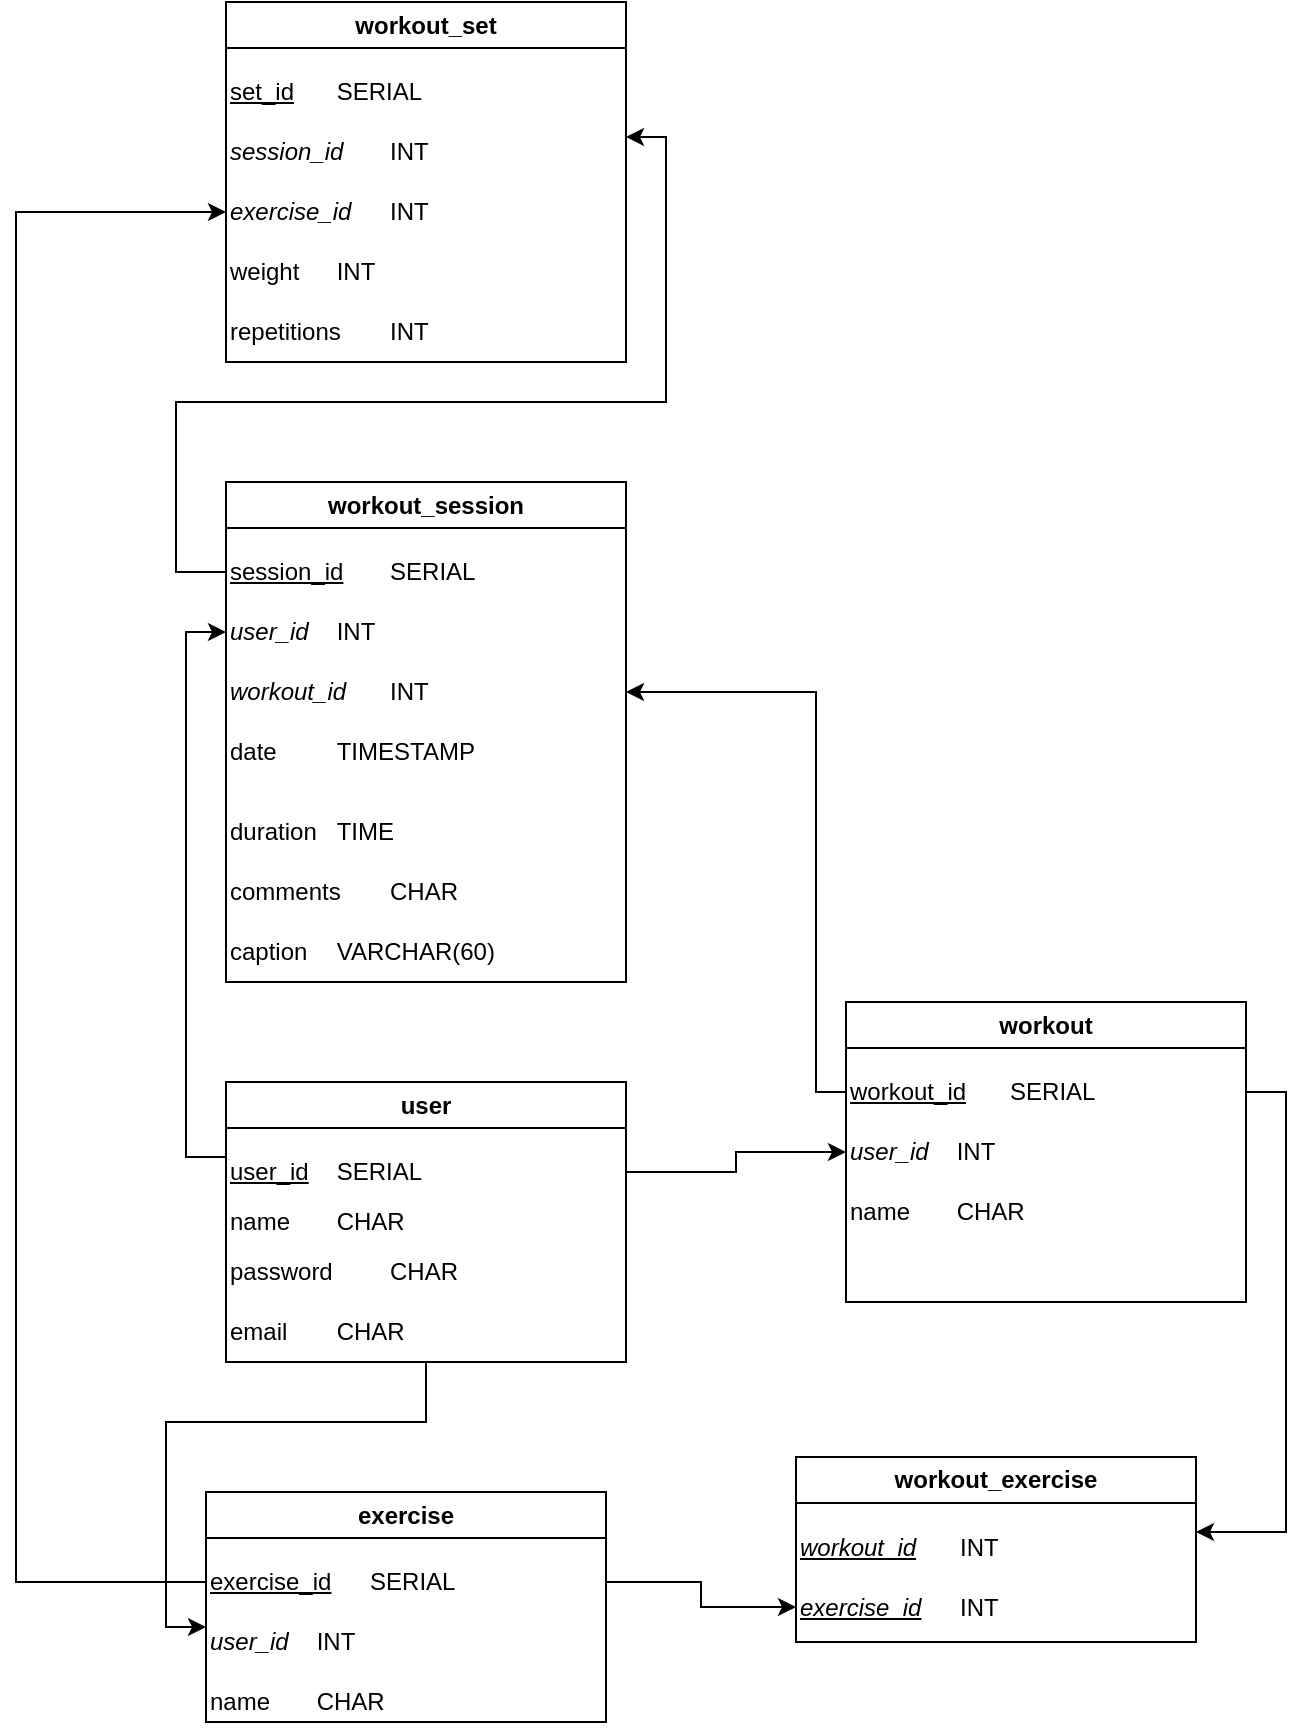
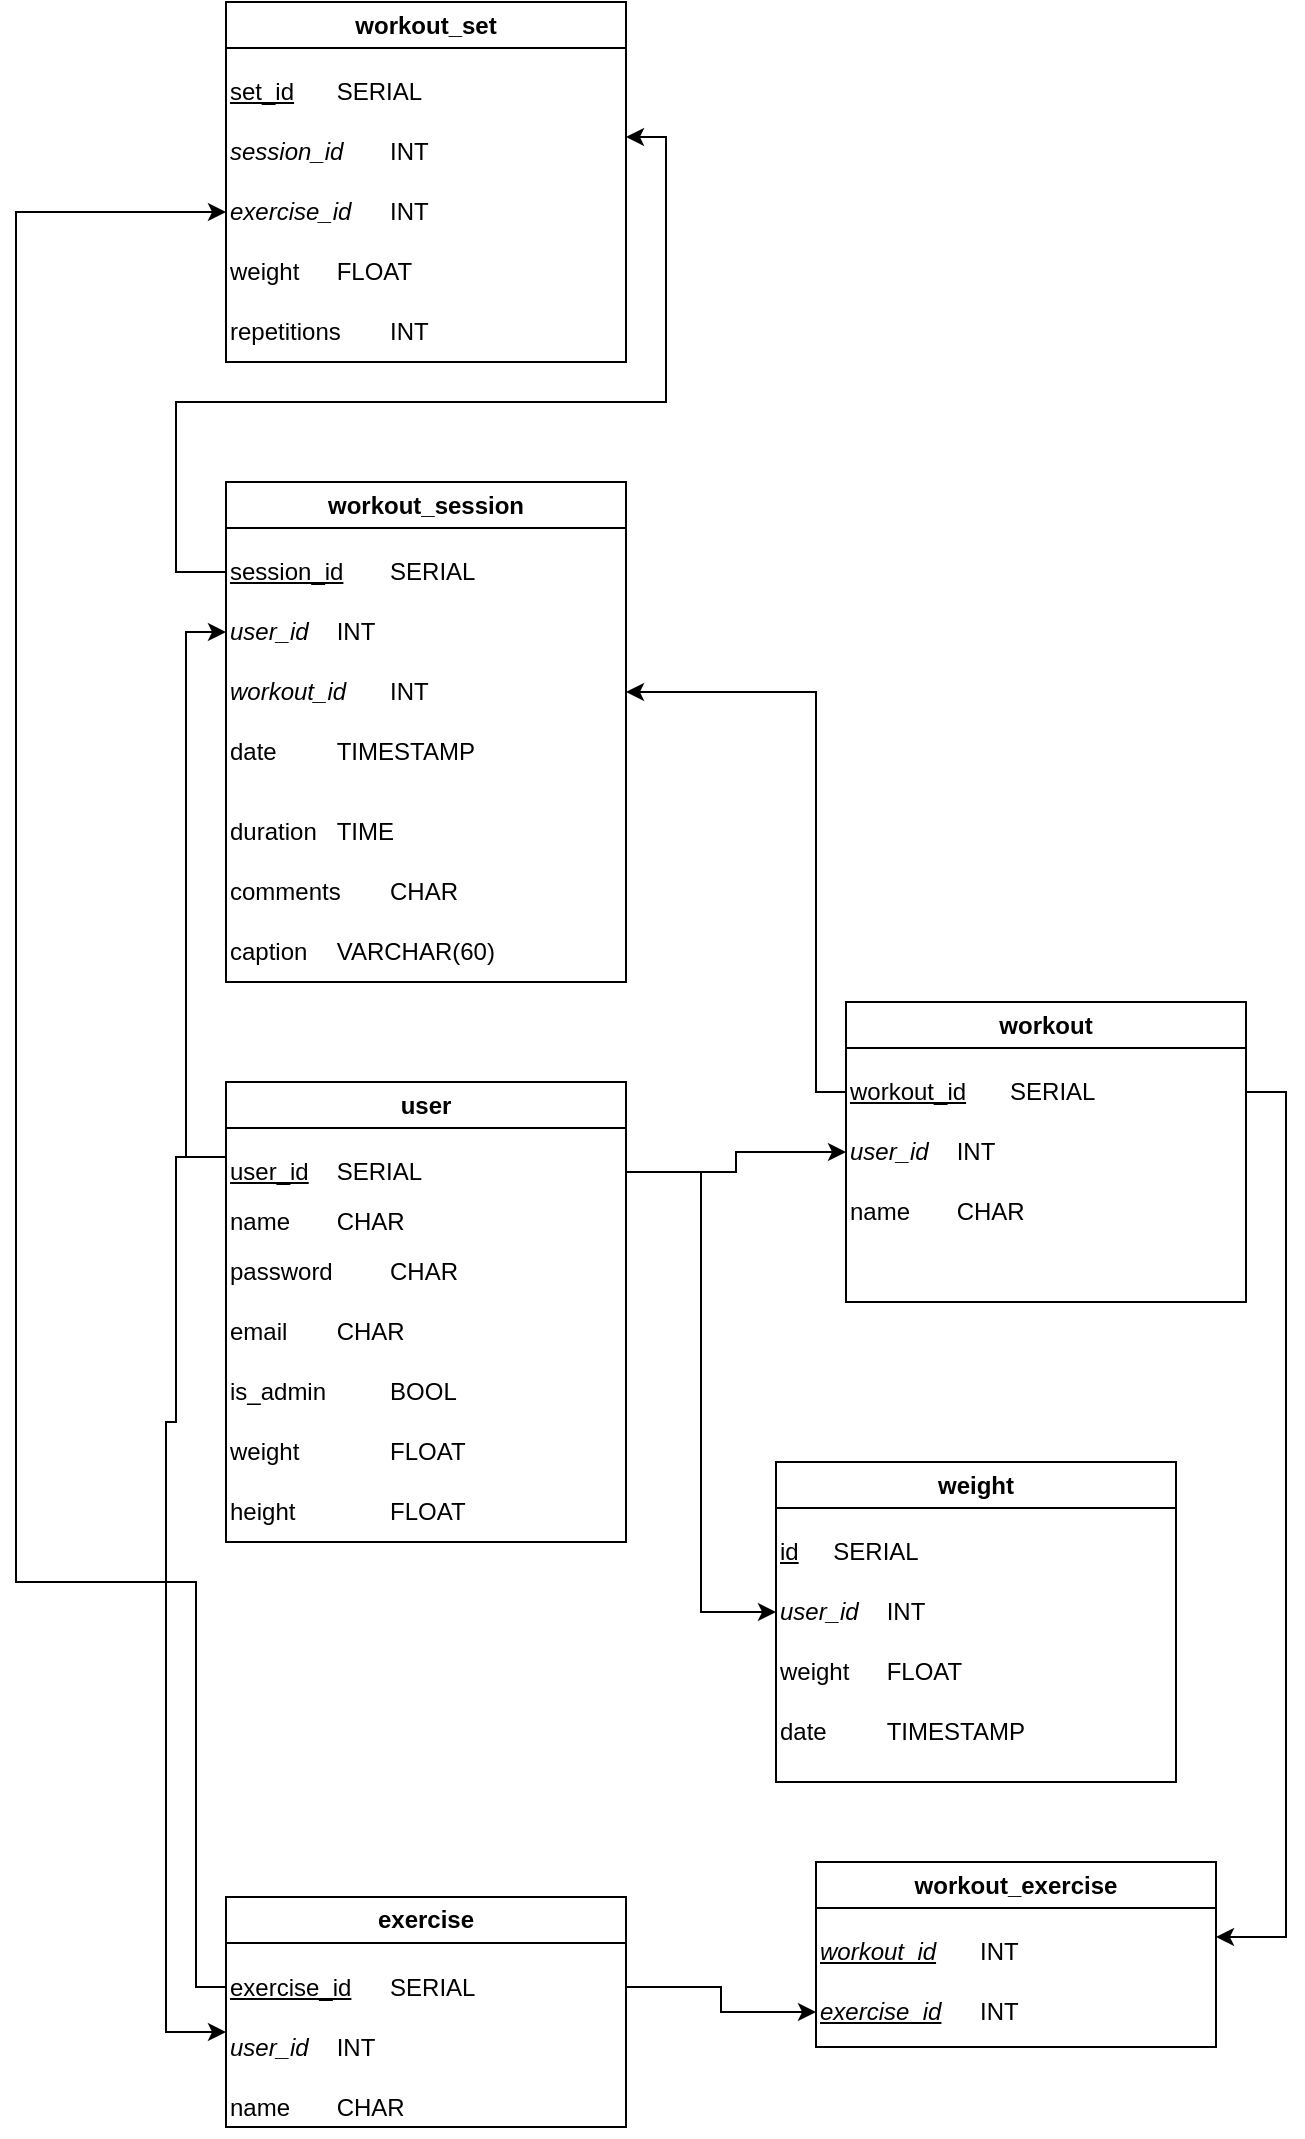
- <mxfile host="app.diagrams.net" agent="Mozilla/5.0 (Windows NT 10.0; Win64; x64) AppleWebKit/537.36 (KHTML, like Gecko) Chrome/145.0.0.0 Safari/537.36" version="29.5.1">
+ <mxfile host="app.diagrams.net" agent="Mozilla/5.0 (Windows NT 10.0; Win64; x64) AppleWebKit/537.36 (KHTML, like Gecko) Chrome/145.0.0.0 Safari/537.36">
  <diagram name="Page-1" id="LrtRzGCjUG43kJ94216D">
-     <mxGraphModel dx="1277" dy="1756" grid="1" gridSize="10" guides="1" tooltips="1" connect="1" arrows="1" fold="1" page="1" pageScale="1" pageWidth="850" pageHeight="1100" math="0" shadow="0">
+     <mxGraphModel dx="1264" dy="1756" grid="1" gridSize="10" guides="1" tooltips="1" connect="1" arrows="1" fold="1" page="1" pageScale="1" pageWidth="850" pageHeight="1100" math="0" shadow="0">
      <root>
        <mxCell id="0" />
        <mxCell id="1" parent="0" />
        <mxCell id="1XBpsCYcSQttsBUYuoMY-46" edge="1" parent="1" source="1XBpsCYcSQttsBUYuoMY-11" style="edgeStyle=orthogonalEdgeStyle;rounded=0;orthogonalLoop=1;jettySize=auto;html=1;entryX=0;entryY=0.5;entryDx=0;entryDy=0;exitX=1;exitY=0.5;exitDx=0;exitDy=0;" target="1XBpsCYcSQttsBUYuoMY-26">
          <mxGeometry relative="1" as="geometry" />
        </mxCell>
        <mxCell id="1XBpsCYcSQttsBUYuoMY-50" edge="1" parent="1" source="1XBpsCYcSQttsBUYuoMY-11" style="edgeStyle=orthogonalEdgeStyle;rounded=0;orthogonalLoop=1;jettySize=auto;html=1;entryX=0;entryY=0.5;entryDx=0;entryDy=0;exitX=0;exitY=0.25;exitDx=0;exitDy=0;" target="qXQxGqQh2dW2IxFSwLWZ-1">
          <mxGeometry relative="1" as="geometry" />
        </mxCell>
        <mxCell id="1XBpsCYcSQttsBUYuoMY-10" parent="1" style="swimlane;whiteSpace=wrap;html=1;" value="user" vertex="1">
-           <mxGeometry height="140" width="200" x="175" y="310" as="geometry" />
+           <mxGeometry height="230" width="200" x="175" y="310" as="geometry" />
        </mxCell>
        <mxCell id="1XBpsCYcSQttsBUYuoMY-11" parent="1XBpsCYcSQttsBUYuoMY-10" style="text;html=1;whiteSpace=wrap;strokeColor=none;fillColor=none;align=left;verticalAlign=middle;rounded=0;fontStyle=0" value="&lt;u&gt;user_id&lt;/u&gt;&lt;span style=&quot;text-decoration-line: underline; white-space: pre;&quot;&gt;&#x9;&lt;/span&gt;SERIAL" vertex="1">
          <mxGeometry height="30" width="200" y="30" as="geometry" />
        </mxCell>
        <mxCell id="1XBpsCYcSQttsBUYuoMY-13" parent="1XBpsCYcSQttsBUYuoMY-10" style="text;html=1;whiteSpace=wrap;strokeColor=none;fillColor=none;align=left;verticalAlign=middle;rounded=0;fontStyle=0" value="name&lt;span style=&quot;white-space: pre;&quot;&gt;&#x9;&lt;/span&gt;CHAR" vertex="1">
          <mxGeometry height="30" width="200" y="55" as="geometry" />
        </mxCell>
        <mxCell id="1XBpsCYcSQttsBUYuoMY-14" parent="1XBpsCYcSQttsBUYuoMY-10" style="text;html=1;whiteSpace=wrap;strokeColor=none;fillColor=none;align=left;verticalAlign=middle;rounded=0;fontStyle=0" value="password&lt;span style=&quot;white-space: pre;&quot;&gt;&#x9;&lt;/span&gt;&lt;span style=&quot;white-space: pre;&quot;&gt;&#x9;&lt;/span&gt;CHAR" vertex="1">
          <mxGeometry height="30" width="200" y="80" as="geometry" />
        </mxCell>
        <mxCell id="1XBpsCYcSQttsBUYuoMY-15" parent="1XBpsCYcSQttsBUYuoMY-10" style="text;html=1;whiteSpace=wrap;strokeColor=none;fillColor=none;align=left;verticalAlign=middle;rounded=0;fontStyle=0" value="email&lt;span style=&quot;white-space: pre;&quot;&gt;&#x9;&lt;/span&gt;CHAR" vertex="1">
          <mxGeometry height="30" width="200" y="110" as="geometry" />
+         </mxCell>
+         <mxCell id="Zkk7RbBStrMHkqdPIMI1-1" parent="1XBpsCYcSQttsBUYuoMY-10" style="text;html=1;whiteSpace=wrap;strokeColor=none;fillColor=none;align=left;verticalAlign=middle;rounded=0;fontStyle=0" value="is_admin&lt;span style=&quot;white-space: pre;&quot;&gt;&#x9;&lt;/span&gt;&lt;span style=&quot;white-space: pre;&quot;&gt;&#x9;&lt;/span&gt;BOOL" vertex="1">
+           <mxGeometry height="30" width="200" y="140" as="geometry" />
+         </mxCell>
+         <mxCell id="Zkk7RbBStrMHkqdPIMI1-2" parent="1XBpsCYcSQttsBUYuoMY-10" style="text;html=1;whiteSpace=wrap;strokeColor=none;fillColor=none;align=left;verticalAlign=middle;rounded=0;fontStyle=0" value="weight&lt;span style=&quot;white-space: pre;&quot;&gt;&#x9;&lt;/span&gt;&lt;span style=&quot;white-space: pre;&quot;&gt;&#x9;&lt;/span&gt;FLOAT" vertex="1">
+           <mxGeometry height="30" width="200" y="170" as="geometry" />
+         </mxCell>
+         <mxCell id="Zkk7RbBStrMHkqdPIMI1-3" parent="1XBpsCYcSQttsBUYuoMY-10" style="text;html=1;whiteSpace=wrap;strokeColor=none;fillColor=none;align=left;verticalAlign=middle;rounded=0;fontStyle=0" value="height&lt;span style=&quot;white-space: pre;&quot;&gt;&#x9;&lt;/span&gt;&lt;span style=&quot;white-space: pre;&quot;&gt;&#x9;&lt;/span&gt;FLOAT" vertex="1">
+           <mxGeometry height="30" width="200" y="200" as="geometry" />
        </mxCell>
        <mxCell id="1XBpsCYcSQttsBUYuoMY-47" edge="1" parent="1" source="1XBpsCYcSQttsBUYuoMY-25" style="edgeStyle=orthogonalEdgeStyle;rounded=0;orthogonalLoop=1;jettySize=auto;html=1;exitX=0;exitY=0.5;exitDx=0;exitDy=0;entryX=1;entryY=0.5;entryDx=0;entryDy=0;" target="1XBpsCYcSQttsBUYuoMY-35">
          <mxGeometry relative="1" as="geometry">
            <Array as="points">
              <mxPoint x="470" y="315" />
              <mxPoint x="470" y="115" />
            </Array>
            <mxPoint x="420" y="110" as="targetPoint" />
          </mxGeometry>
        </mxCell>
        <mxCell id="1XBpsCYcSQttsBUYuoMY-24" parent="1" style="swimlane;whiteSpace=wrap;html=1;" value="workout" vertex="1">
          <mxGeometry height="150" width="200" x="485" y="270" as="geometry" />
        </mxCell>
        <mxCell id="1XBpsCYcSQttsBUYuoMY-25" parent="1XBpsCYcSQttsBUYuoMY-24" style="text;html=1;whiteSpace=wrap;strokeColor=none;fillColor=none;align=left;verticalAlign=middle;rounded=0;fontStyle=0" value="&lt;u&gt;workout_id&lt;/u&gt;&lt;span style=&quot;white-space: pre;&quot;&gt;&#x9;&lt;/span&gt;SERIAL" vertex="1">
          <mxGeometry height="30" width="200" y="30" as="geometry" />
        </mxCell>
        <mxCell id="1XBpsCYcSQttsBUYuoMY-26" parent="1XBpsCYcSQttsBUYuoMY-24" style="text;html=1;whiteSpace=wrap;strokeColor=none;fillColor=none;align=left;verticalAlign=middle;rounded=0;fontStyle=0" value="&lt;i&gt;user_id&lt;/i&gt;&lt;span style=&quot;font-style: italic; white-space: pre;&quot;&gt;&#x9;&lt;/span&gt;INT" vertex="1">
          <mxGeometry height="30" width="200" y="60" as="geometry" />
        </mxCell>
        <mxCell id="1XBpsCYcSQttsBUYuoMY-28" parent="1XBpsCYcSQttsBUYuoMY-24" style="text;html=1;whiteSpace=wrap;strokeColor=none;fillColor=none;align=left;verticalAlign=middle;rounded=0;fontStyle=0" value="name&lt;span style=&quot;white-space: pre;&quot;&gt;&#x9;&lt;/span&gt;CHAR" vertex="1">
          <mxGeometry height="30" width="200" y="90" as="geometry" />
        </mxCell>
        <mxCell id="1XBpsCYcSQttsBUYuoMY-29" parent="1" style="swimlane;whiteSpace=wrap;html=1;" value="exercise" vertex="1">
-           <mxGeometry height="115" width="200" x="165" y="515" as="geometry" />
+           <mxGeometry height="115" width="200" x="175" y="717.5" as="geometry" />
        </mxCell>
        <mxCell id="1XBpsCYcSQttsBUYuoMY-30" parent="1XBpsCYcSQttsBUYuoMY-29" style="text;html=1;whiteSpace=wrap;strokeColor=none;fillColor=none;align=left;verticalAlign=middle;rounded=0;fontStyle=0" value="&lt;span&gt;&lt;u&gt;exercise_id&lt;/u&gt;&lt;span style=&quot;white-space: pre;&quot;&gt;&#x9;&lt;/span&gt;SERIAL&lt;/span&gt;" vertex="1">
          <mxGeometry height="30" width="200" y="30" as="geometry" />
        </mxCell>
        <mxCell id="1XBpsCYcSQttsBUYuoMY-31" parent="1XBpsCYcSQttsBUYuoMY-29" style="text;html=1;whiteSpace=wrap;strokeColor=none;fillColor=none;align=left;verticalAlign=middle;rounded=0;fontStyle=0" value="&lt;i&gt;user_id&lt;/i&gt;&lt;span style=&quot;font-style: italic; white-space: pre;&quot;&gt;&#x9;&lt;/span&gt;INT" vertex="1">
          <mxGeometry height="30" width="200" y="60" as="geometry" />
        </mxCell>
        <mxCell id="1XBpsCYcSQttsBUYuoMY-32" parent="1XBpsCYcSQttsBUYuoMY-29" style="text;html=1;whiteSpace=wrap;strokeColor=none;fillColor=none;align=left;verticalAlign=middle;rounded=0;fontStyle=0" value="name&lt;span style=&quot;white-space: pre;&quot;&gt;&#x9;&lt;/span&gt;CHAR" vertex="1">
          <mxGeometry height="30" width="200" y="90" as="geometry" />
        </mxCell>
        <mxCell id="1XBpsCYcSQttsBUYuoMY-51" edge="1" parent="1" source="1XBpsCYcSQttsBUYuoMY-34" style="edgeStyle=orthogonalEdgeStyle;rounded=0;orthogonalLoop=1;jettySize=auto;html=1;exitX=0;exitY=0.5;exitDx=0;exitDy=0;entryX=1;entryY=0.25;entryDx=0;entryDy=0;" target="1XBpsCYcSQttsBUYuoMY-42">
          <mxGeometry relative="1" as="geometry">
            <Array as="points">
              <mxPoint x="150" y="55" />
              <mxPoint x="150" y="-30" />
              <mxPoint x="395" y="-30" />
              <mxPoint x="395" y="-162" />
            </Array>
          </mxGeometry>
        </mxCell>
        <mxCell id="1XBpsCYcSQttsBUYuoMY-33" parent="1" style="swimlane;whiteSpace=wrap;html=1;" value="workout_session" vertex="1">
          <mxGeometry height="250" width="200" x="175" y="10" as="geometry" />
        </mxCell>
        <mxCell id="1XBpsCYcSQttsBUYuoMY-34" parent="1XBpsCYcSQttsBUYuoMY-33" style="text;html=1;whiteSpace=wrap;strokeColor=none;fillColor=none;align=left;verticalAlign=middle;rounded=0;fontStyle=0" value="&lt;u&gt;session_id&lt;/u&gt;&lt;span style=&quot;text-decoration-line: underline; white-space: pre;&quot;&gt;&#x9;&lt;/span&gt;SERIAL" vertex="1">
          <mxGeometry height="30" width="200" y="30" as="geometry" />
        </mxCell>
        <mxCell id="1XBpsCYcSQttsBUYuoMY-35" parent="1XBpsCYcSQttsBUYuoMY-33" style="text;html=1;whiteSpace=wrap;strokeColor=none;fillColor=none;align=left;verticalAlign=middle;rounded=0;fontStyle=0" value="&lt;i&gt;workout_id&lt;/i&gt;&lt;span style=&quot;font-style: italic; white-space: pre;&quot;&gt;&#x9;&lt;/span&gt;INT" vertex="1">
          <mxGeometry height="30" width="200" y="90" as="geometry" />
        </mxCell>
        <mxCell id="1XBpsCYcSQttsBUYuoMY-36" parent="1XBpsCYcSQttsBUYuoMY-33" style="text;html=1;whiteSpace=wrap;strokeColor=none;fillColor=none;align=left;verticalAlign=middle;rounded=0;fontStyle=0" value="date&lt;span style=&quot;white-space: pre;&quot;&gt;&#x9;&lt;/span&gt;&lt;span style=&quot;white-space: pre;&quot;&gt;&#x9;&lt;/span&gt;TIMESTAMP" vertex="1">
          <mxGeometry height="30" width="200" y="120" as="geometry" />
        </mxCell>
        <mxCell id="1XBpsCYcSQttsBUYuoMY-37" parent="1XBpsCYcSQttsBUYuoMY-33" style="text;html=1;whiteSpace=wrap;strokeColor=none;fillColor=none;align=left;verticalAlign=middle;rounded=0;fontStyle=0" value="duration&lt;span style=&quot;white-space: pre;&quot;&gt;&#x9;&lt;/span&gt;TIME" vertex="1">
          <mxGeometry height="30" width="200" y="160" as="geometry" />
        </mxCell>
        <mxCell id="1XBpsCYcSQttsBUYuoMY-38" parent="1XBpsCYcSQttsBUYuoMY-33" style="text;html=1;whiteSpace=wrap;strokeColor=none;fillColor=none;align=left;verticalAlign=middle;rounded=0;fontStyle=0" value="comments&lt;span style=&quot;white-space: pre;&quot;&gt;&#x9;&lt;/span&gt;CHAR" vertex="1">
          <mxGeometry height="30" width="200" y="190" as="geometry" />
        </mxCell>
        <mxCell id="1XBpsCYcSQttsBUYuoMY-39" parent="1XBpsCYcSQttsBUYuoMY-33" style="text;html=1;whiteSpace=wrap;strokeColor=none;fillColor=none;align=left;verticalAlign=middle;rounded=0;fontStyle=0" value="caption&lt;span style=&quot;white-space: pre;&quot;&gt;&#x9;&lt;/span&gt;VARCHAR(60)" vertex="1">
          <mxGeometry height="30" width="200" y="220" as="geometry" />
        </mxCell>
        <mxCell id="qXQxGqQh2dW2IxFSwLWZ-1" parent="1XBpsCYcSQttsBUYuoMY-33" style="text;html=1;whiteSpace=wrap;strokeColor=none;fillColor=none;align=left;verticalAlign=middle;rounded=0;fontStyle=0" value="&lt;i&gt;user_id&lt;span style=&quot;white-space: pre;&quot;&gt;&#x9;&lt;/span&gt;&lt;/i&gt;INT" vertex="1">
          <mxGeometry height="30" width="200" y="60" as="geometry" />
        </mxCell>
        <mxCell id="1XBpsCYcSQttsBUYuoMY-40" parent="1" style="swimlane;whiteSpace=wrap;html=1;" value="workout_set" vertex="1">
          <mxGeometry height="180" width="200" x="175" y="-230" as="geometry" />
        </mxCell>
        <mxCell id="1XBpsCYcSQttsBUYuoMY-41" parent="1XBpsCYcSQttsBUYuoMY-40" style="text;html=1;whiteSpace=wrap;strokeColor=none;fillColor=none;align=left;verticalAlign=middle;rounded=0;fontStyle=0" value="&lt;u&gt;set_id&lt;/u&gt;&lt;span style=&quot;white-space: pre;&quot;&gt;&#x9;&lt;/span&gt;SERIAL" vertex="1">
          <mxGeometry height="30" width="200" y="30" as="geometry" />
        </mxCell>
        <mxCell id="1XBpsCYcSQttsBUYuoMY-42" parent="1XBpsCYcSQttsBUYuoMY-40" style="text;html=1;whiteSpace=wrap;strokeColor=none;fillColor=none;align=left;verticalAlign=middle;rounded=0;fontStyle=0" value="&lt;i&gt;session_id&lt;/i&gt;&lt;span style=&quot;font-style: italic; white-space: pre;&quot;&gt;&#x9;&lt;/span&gt;INT" vertex="1">
          <mxGeometry height="30" width="200" y="60" as="geometry" />
        </mxCell>
        <mxCell id="1XBpsCYcSQttsBUYuoMY-43" parent="1XBpsCYcSQttsBUYuoMY-40" style="text;html=1;whiteSpace=wrap;strokeColor=none;fillColor=none;align=left;verticalAlign=middle;rounded=0;fontStyle=0" value="repetitions&lt;span style=&quot;white-space: pre;&quot;&gt;&#x9;&lt;/span&gt;INT" vertex="1">
          <mxGeometry height="30" width="200" y="150" as="geometry" />
        </mxCell>
-         <mxCell id="1XBpsCYcSQttsBUYuoMY-44" parent="1XBpsCYcSQttsBUYuoMY-40" style="text;html=1;whiteSpace=wrap;strokeColor=none;fillColor=none;align=left;verticalAlign=middle;rounded=0;fontStyle=0" value="weight&lt;span style=&quot;white-space: pre;&quot;&gt;&#x9;&lt;/span&gt;INT" vertex="1">
+         <mxCell id="1XBpsCYcSQttsBUYuoMY-44" parent="1XBpsCYcSQttsBUYuoMY-40" style="text;html=1;whiteSpace=wrap;strokeColor=none;fillColor=none;align=left;verticalAlign=middle;rounded=0;fontStyle=0" value="weight&lt;span style=&quot;white-space: pre;&quot;&gt;&#x9;&lt;/span&gt;FLOAT" vertex="1">
          <mxGeometry height="30" width="200" y="120" as="geometry" />
        </mxCell>
        <mxCell id="1XBpsCYcSQttsBUYuoMY-45" parent="1XBpsCYcSQttsBUYuoMY-40" style="text;html=1;whiteSpace=wrap;strokeColor=none;fillColor=none;align=left;verticalAlign=middle;rounded=0;fontStyle=0" value="&lt;i&gt;exercise_id&lt;/i&gt;&lt;span style=&quot;font-style: italic; white-space: pre;&quot;&gt;&#x9;&lt;/span&gt;INT" vertex="1">
          <mxGeometry height="30" width="200" y="90" as="geometry" />
        </mxCell>
-         <mxCell id="1XBpsCYcSQttsBUYuoMY-48" edge="1" parent="1" source="1XBpsCYcSQttsBUYuoMY-15" style="edgeStyle=orthogonalEdgeStyle;rounded=0;orthogonalLoop=1;jettySize=auto;html=1;exitX=0.5;exitY=1;exitDx=0;exitDy=0;entryX=0;entryY=0.25;entryDx=0;entryDy=0;" target="1XBpsCYcSQttsBUYuoMY-31">
+         <mxCell id="1XBpsCYcSQttsBUYuoMY-48" edge="1" parent="1" source="1XBpsCYcSQttsBUYuoMY-11" style="edgeStyle=orthogonalEdgeStyle;rounded=0;orthogonalLoop=1;jettySize=auto;html=1;exitX=0;exitY=0.25;exitDx=0;exitDy=0;entryX=0;entryY=0.25;entryDx=0;entryDy=0;" target="1XBpsCYcSQttsBUYuoMY-31">
          <mxGeometry relative="1" as="geometry">
            <Array as="points">
-               <mxPoint x="275" y="480" />
+               <mxPoint x="150" y="348" />
+               <mxPoint x="150" y="480" />
              <mxPoint x="145" y="480" />
-               <mxPoint x="145" y="583" />
+               <mxPoint x="145" y="785" />
            </Array>
          </mxGeometry>
        </mxCell>
        <mxCell id="1XBpsCYcSQttsBUYuoMY-49" edge="1" parent="1" source="1XBpsCYcSQttsBUYuoMY-30" style="edgeStyle=orthogonalEdgeStyle;rounded=0;orthogonalLoop=1;jettySize=auto;html=1;entryX=0;entryY=0.5;entryDx=0;entryDy=0;exitX=0;exitY=0.5;exitDx=0;exitDy=0;" target="1XBpsCYcSQttsBUYuoMY-45">
          <mxGeometry relative="1" as="geometry">
            <Array as="points">
+               <mxPoint x="160" y="762" />
+               <mxPoint x="160" y="560" />
              <mxPoint x="70" y="560" />
              <mxPoint x="70" y="-125" />
            </Array>
          </mxGeometry>
        </mxCell>
        <mxCell id="1XBpsCYcSQttsBUYuoMY-52" edge="1" parent="1" source="1XBpsCYcSQttsBUYuoMY-30" style="edgeStyle=orthogonalEdgeStyle;rounded=0;orthogonalLoop=1;jettySize=auto;html=1;exitX=1;exitY=0.5;exitDx=0;exitDy=0;entryX=0;entryY=0.5;entryDx=0;entryDy=0;" target="SAtm7BHUggtI7TCjWXpR-3">
          <mxGeometry relative="1" as="geometry">
-             <mxPoint x="440" y="530" as="targetPoint" />
+             <mxPoint x="450" y="732.5" as="targetPoint" />
          </mxGeometry>
        </mxCell>
        <mxCell id="SAtm7BHUggtI7TCjWXpR-1" parent="1" style="swimlane;whiteSpace=wrap;html=1;" value="workout_exercise" vertex="1">
-           <mxGeometry height="92.5" width="200" x="460" y="497.5" as="geometry" />
+           <mxGeometry height="92.5" width="200" x="470" y="700" as="geometry" />
        </mxCell>
        <mxCell id="SAtm7BHUggtI7TCjWXpR-2" parent="SAtm7BHUggtI7TCjWXpR-1" style="text;html=1;whiteSpace=wrap;strokeColor=none;fillColor=none;align=left;verticalAlign=middle;rounded=0;fontStyle=0" value="&lt;u&gt;&lt;i&gt;workout_id&lt;/i&gt;&lt;/u&gt;&lt;span style=&quot;white-space: pre;&quot;&gt;&#x9;&lt;/span&gt;INT" vertex="1">
          <mxGeometry height="30" width="200" y="30" as="geometry" />
        </mxCell>
        <mxCell id="SAtm7BHUggtI7TCjWXpR-3" parent="SAtm7BHUggtI7TCjWXpR-1" style="text;html=1;whiteSpace=wrap;strokeColor=none;fillColor=none;align=left;verticalAlign=middle;rounded=0;fontStyle=0" value="&lt;i&gt;&lt;u&gt;exercise_id&lt;/u&gt;&lt;/i&gt;&lt;span style=&quot;font-style: italic; white-space: pre;&quot;&gt;&#x9;&lt;/span&gt;INT" vertex="1">
          <mxGeometry height="30" width="200" y="60" as="geometry" />
        </mxCell>
        <mxCell id="SAtm7BHUggtI7TCjWXpR-6" edge="1" parent="1" source="1XBpsCYcSQttsBUYuoMY-25" style="edgeStyle=orthogonalEdgeStyle;rounded=0;orthogonalLoop=1;jettySize=auto;html=1;exitX=1;exitY=0.5;exitDx=0;exitDy=0;entryX=1;entryY=0.25;entryDx=0;entryDy=0;" target="SAtm7BHUggtI7TCjWXpR-2">
          <mxGeometry relative="1" as="geometry" />
        </mxCell>
+         <mxCell id="Zkk7RbBStrMHkqdPIMI1-4" parent="1" style="swimlane;whiteSpace=wrap;html=1;" value="weight" vertex="1">
+           <mxGeometry height="160" width="200" x="450" y="500" as="geometry" />
+         </mxCell>
+         <mxCell id="Zkk7RbBStrMHkqdPIMI1-5" parent="Zkk7RbBStrMHkqdPIMI1-4" style="text;html=1;whiteSpace=wrap;strokeColor=none;fillColor=none;align=left;verticalAlign=middle;rounded=0;fontStyle=0" value="&lt;u&gt;id&lt;/u&gt;&lt;span style=&quot;white-space: pre;&quot;&gt;&#x9;&lt;/span&gt;SERIAL" vertex="1">
+           <mxGeometry height="30" width="200" y="30" as="geometry" />
+         </mxCell>
+         <mxCell id="Zkk7RbBStrMHkqdPIMI1-6" parent="Zkk7RbBStrMHkqdPIMI1-4" style="text;html=1;whiteSpace=wrap;strokeColor=none;fillColor=none;align=left;verticalAlign=middle;rounded=0;fontStyle=0" value="&lt;i&gt;user_id&lt;/i&gt;&lt;span style=&quot;font-style: italic; white-space: pre;&quot;&gt;&#x9;&lt;/span&gt;INT" vertex="1">
+           <mxGeometry height="30" width="200" y="60" as="geometry" />
+         </mxCell>
+         <mxCell id="Zkk7RbBStrMHkqdPIMI1-7" parent="Zkk7RbBStrMHkqdPIMI1-4" style="text;html=1;whiteSpace=wrap;strokeColor=none;fillColor=none;align=left;verticalAlign=middle;rounded=0;fontStyle=0" value="weight&lt;span style=&quot;white-space: pre;&quot;&gt;&#x9;&lt;/span&gt;FLOAT" vertex="1">
+           <mxGeometry height="30" width="200" y="90" as="geometry" />
+         </mxCell>
+         <mxCell id="Al_chBR3wrRRq9aSIshU-1" parent="Zkk7RbBStrMHkqdPIMI1-4" style="text;html=1;whiteSpace=wrap;strokeColor=none;fillColor=none;align=left;verticalAlign=middle;rounded=0;fontStyle=0" value="date&lt;span style=&quot;white-space: pre;&quot;&gt;&#x9;&lt;/span&gt;&lt;span style=&quot;white-space: pre;&quot;&gt;&#x9;&lt;/span&gt;TIMESTAMP" vertex="1">
+           <mxGeometry height="30" width="200" y="120" as="geometry" />
+         </mxCell>
+         <mxCell id="Zkk7RbBStrMHkqdPIMI1-8" edge="1" parent="1" source="1XBpsCYcSQttsBUYuoMY-11" style="edgeStyle=orthogonalEdgeStyle;rounded=0;orthogonalLoop=1;jettySize=auto;html=1;exitX=1;exitY=0.5;exitDx=0;exitDy=0;entryX=0;entryY=0.5;entryDx=0;entryDy=0;" target="Zkk7RbBStrMHkqdPIMI1-6">
+           <mxGeometry relative="1" as="geometry" />
+         </mxCell>
      </root>
    </mxGraphModel>
  </diagram>
</mxfile>
